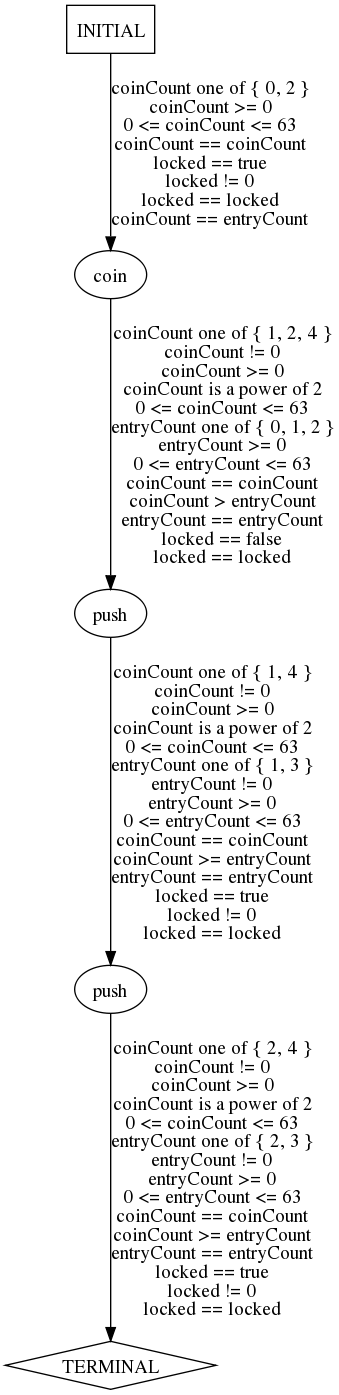
Earlier version of the Graphviz export traces/abstract/turnstile-example/predicted-paths/turnstile-example-test1.dot.png (ModelInference/synoptic). Its source is kept beside it as traces/abstract/turnstile-example/predicted-paths/turnstile-example-test1.dot. Its diagram source:
```dot
digraph {
  0 [label="coin"];
  1 [label="push"];
  2 [label="push"];
  3 [label="TERMINAL",shape=diamond];
  4 [label="INITIAL",shape=box];
0->1 [label="coinCount one of { 1, 2, 4 }\ncoinCount != 0\ncoinCount >= 0\ncoinCount is a power of 2\n0 <= coinCount <= 63\nentryCount one of { 0, 1, 2 }\nentryCount >= 0\n0 <= entryCount <= 63\ncoinCount == coinCount\ncoinCount > entryCount\nentryCount == entryCount\nlocked == false\nlocked == locked",];
1->2 [label="coinCount one of { 1, 4 }\ncoinCount != 0\ncoinCount >= 0\ncoinCount is a power of 2\n0 <= coinCount <= 63\nentryCount one of { 1, 3 }\nentryCount != 0\nentryCount >= 0\n0 <= entryCount <= 63\ncoinCount == coinCount\ncoinCount >= entryCount\nentryCount == entryCount\nlocked == true\nlocked != 0\nlocked == locked",];
2->3 [label="coinCount one of { 2, 4 }\ncoinCount != 0\ncoinCount >= 0\ncoinCount is a power of 2\n0 <= coinCount <= 63\nentryCount one of { 2, 3 }\nentryCount != 0\nentryCount >= 0\n0 <= entryCount <= 63\ncoinCount == coinCount\ncoinCount >= entryCount\nentryCount == entryCount\nlocked == true\nlocked != 0\nlocked == locked",];
4->0 [label="coinCount one of { 0, 2 }\ncoinCount >= 0\n0 <= coinCount <= 63\ncoinCount == coinCount\nlocked == true\nlocked != 0\nlocked == locked\ncoinCount == entryCount",];
} // digraph {
```
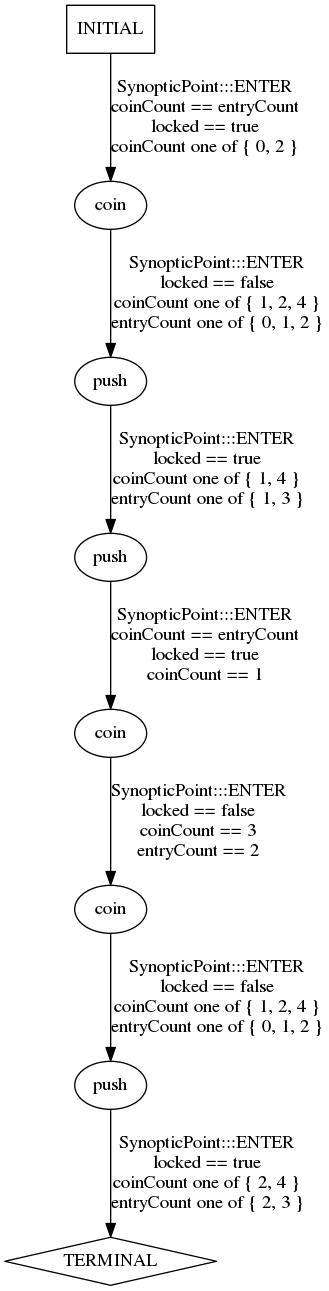
After the change.

Change to the diagram source:
```diff
@@ -1,11 +1,17 @@
 digraph {
   0 [label="coin"];
-  1 [label="push"];
-  2 [label="push"];
-  3 [label="TERMINAL",shape=diamond];
-  4 [label="INITIAL",shape=box];
-0->1 [label="coinCount one of { 1, 2, 4 }\ncoinCount != 0\ncoinCount >= 0\ncoinCount is a power of 2\n0 <= coinCount <= 63\nentryCount one of { 0, 1, 2 }\nentryCount >= 0\n0 <= entryCount <= 63\ncoinCount == coinCount\ncoinCount > entryCount\nentryCount == entryCount\nlocked == false\nlocked == locked",];
-1->2 [label="coinCount one of { 1, 4 }\ncoinCount != 0\ncoinCount >= 0\ncoinCount is a power of 2\n0 <= coinCount <= 63\nentryCount one of { 1, 3 }\nentryCount != 0\nentryCount >= 0\n0 <= entryCount <= 63\ncoinCount == coinCount\ncoinCount >= entryCount\nentryCount == entryCount\nlocked == true\nlocked != 0\nlocked == locked",];
-2->3 [label="coinCount one of { 2, 4 }\ncoinCount != 0\ncoinCount >= 0\ncoinCount is a power of 2\n0 <= coinCount <= 63\nentryCount one of { 2, 3 }\nentryCount != 0\nentryCount >= 0\n0 <= entryCount <= 63\ncoinCount == coinCount\ncoinCount >= entryCount\nentryCount == entryCount\nlocked == true\nlocked != 0\nlocked == locked",];
-4->0 [label="coinCount one of { 0, 2 }\ncoinCount >= 0\n0 <= coinCount <= 63\ncoinCount == coinCount\nlocked == true\nlocked != 0\nlocked == locked\ncoinCount == entryCount",];
+  1 [label="coin"];
+  2 [label="coin"];
+  3 [label="push"];
+  4 [label="push"];
+  5 [label="push"];
+  6 [label="TERMINAL",shape=diamond];
+  7 [label="INITIAL",shape=box];
+0->3 [label="SynopticPoint:::ENTER\nlocked == false\ncoinCount one of { 1, 2, 4 }\nentryCount one of { 0, 1, 2 }\n",];
+1->2 [label="SynopticPoint:::ENTER\nlocked == false\ncoinCount == 3\nentryCount == 2\n",];
+2->5 [label="SynopticPoint:::ENTER\nlocked == false\ncoinCount one of { 1, 2, 4 }\nentryCount one of { 0, 1, 2 }\n",];
+3->4 [label="SynopticPoint:::ENTER\nlocked == true\ncoinCount one of { 1, 4 }\nentryCount one of { 1, 3 }\n",];
+4->1 [label="SynopticPoint:::ENTER\ncoinCount == entryCount\nlocked == true\ncoinCount == 1\n",];
+5->6 [label="SynopticPoint:::ENTER\nlocked == true\ncoinCount one of { 2, 4 }\nentryCount one of { 2, 3 }\n",];
+7->0 [label="SynopticPoint:::ENTER\ncoinCount == entryCount\nlocked == true\ncoinCount one of { 0, 2 }\n",];
 } // digraph {
```
